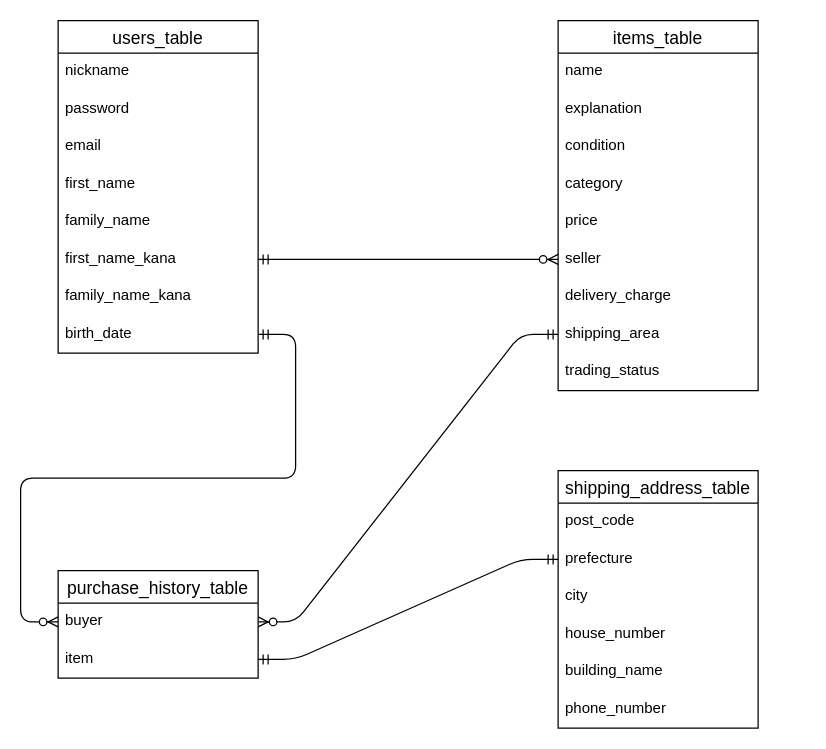
wmr1212/furima-37019 keeps this draw.io diagram as table.dio. Above is the earlier version. Source tidied: cells renumbered, new cells numbered last; positions are measured from the earlier drawing's top-left corner, leaving out a move shared by most shapes. Both pictures are drawn from the tidied source at 125%, with x=0, y=0 at pixel (58, 20).
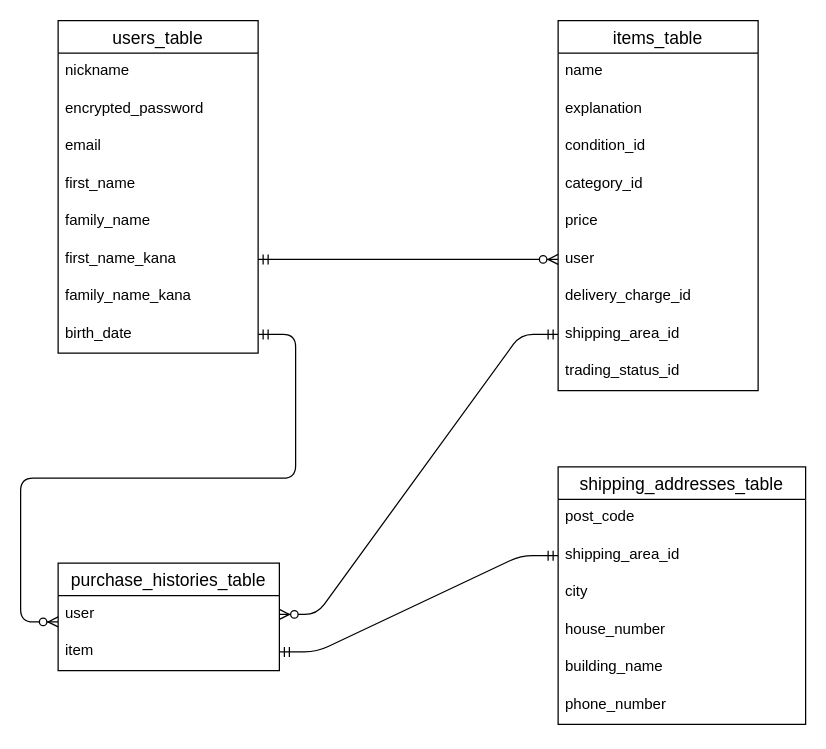
The same diagram, later.

Commit message (it also covers changes not shown here):
ER図・READMEの修正

The change refers to these unchanged cells:
```xml
<mxCell id="2" value="users_table" style="swimlane;fontStyle=0;horizontal=1;startSize=26;align=center;fontSize=14;" parent="1" vertex="1">
  <mxGeometry width="160" height="266" as="geometry" />
</mxCell>
<mxCell id="11" value="items_table" style="swimlane;fontStyle=0;horizontal=1;startSize=26;align=center;fontSize=14;" parent="1" vertex="1">
  <mxGeometry x="400" width="160" height="296" as="geometry" />
</mxCell>
```

Diff of the diagram source:
```diff
@@
-    <mxCell id="4" value="password" style="text;strokeColor=none;fillColor=none;spacingLeft=4;spacingRight=4;overflow=hidden;fontSize=12;" parent="2" vertex="1">
+    <mxCell id="4" value="encrypted_password" style="text;strokeColor=none;fillColor=none;spacingLeft=4;spacingRight=4;overflow=hidden;fontSize=12;" parent="2" vertex="1">
       <mxGeometry y="56" width="160" height="30" as="geometry" />
     </mxCell>
@@
-    <mxCell id="14" value="condition" style="text;strokeColor=none;fillColor=none;spacingLeft=4;spacingRight=4;overflow=hidden;fontSize=12;" parent="11" vertex="1">
+    <mxCell id="14" value="condition_id" style="text;strokeColor=none;fillColor=none;spacingLeft=4;spacingRight=4;overflow=hidden;fontSize=12;" parent="11" vertex="1">
       <mxGeometry y="86" width="160" height="30" as="geometry" />
     </mxCell>
-    <mxCell id="15" value="category" style="text;strokeColor=none;fillColor=none;spacingLeft=4;spacingRight=4;overflow=hidden;fontSize=12;" parent="11" vertex="1">
+    <mxCell id="15" value="category_id" style="text;strokeColor=none;fillColor=none;spacingLeft=4;spacingRight=4;overflow=hidden;fontSize=12;" parent="11" vertex="1">
       <mxGeometry y="116" width="160" height="30" as="geometry" />
     </mxCell>
@@
-    <mxCell id="17" value="seller" style="text;strokeColor=none;fillColor=none;spacingLeft=4;spacingRight=4;overflow=hidden;fontSize=12;" parent="11" vertex="1">
+    <mxCell id="17" value="user" style="text;strokeColor=none;fillColor=none;spacingLeft=4;spacingRight=4;overflow=hidden;fontSize=12;" parent="11" vertex="1">
       <mxGeometry y="176" width="160" height="30" as="geometry" />
     </mxCell>
-    <mxCell id="18" value="delivery_charge" style="text;strokeColor=none;fillColor=none;spacingLeft=4;spacingRight=4;overflow=hidden;fontSize=12;" parent="11" vertex="1">
+    <mxCell id="18" value="delivery_charge_id" style="text;strokeColor=none;fillColor=none;spacingLeft=4;spacingRight=4;overflow=hidden;fontSize=12;" parent="11" vertex="1">
       <mxGeometry y="206" width="160" height="30" as="geometry" />
     </mxCell>
-    <mxCell id="19" value="shipping_area" style="text;strokeColor=none;fillColor=none;spacingLeft=4;spacingRight=4;overflow=hidden;points=[[0,0.5],[1,0.5]];portConstraint=eastwest;fontSize=12;" parent="11" vertex="1">
+    <mxCell id="19" value="shipping_area_id" style="text;strokeColor=none;fillColor=none;spacingLeft=4;spacingRight=4;overflow=hidden;points=[[0,0.5],[1,0.5]];portConstraint=eastwest;fontSize=12;" parent="11" vertex="1">
       <mxGeometry y="236" width="160" height="30" as="geometry" />
     </mxCell>
-    <mxCell id="20" value="trading_status" style="text;strokeColor=none;fillColor=none;spacingLeft=4;spacingRight=4;overflow=hidden;fontSize=12;" parent="11" vertex="1">
+    <mxCell id="20" value="trading_status_id" style="text;strokeColor=none;fillColor=none;spacingLeft=4;spacingRight=4;overflow=hidden;fontSize=12;" parent="11" vertex="1">
       <mxGeometry y="266" width="160" height="30" as="geometry" />
     </mxCell>
-    <mxCell id="21" value="purchase_history_table" style="swimlane;fontStyle=0;horizontal=1;startSize=26;align=center;fontSize=14;" parent="1" vertex="1">
-      <mxGeometry y="440" width="160" height="86" as="geometry" />
+    <mxCell id="21" value="purchase_histories_table" style="swimlane;fontStyle=0;horizontal=1;startSize=26;align=center;fontSize=14;" parent="1" vertex="1">
+      <mxGeometry y="434" width="177" height="86" as="geometry" />
     </mxCell>
-    <mxCell id="22" value="buyer" style="text;strokeColor=none;fillColor=none;spacingLeft=4;spacingRight=4;overflow=hidden;points=[[0,0.5],[1,0.5]];portConstraint=eastwest;fontSize=12;" parent="21" vertex="1">
-      <mxGeometry y="26" width="160" height="30" as="geometry" />
+    <mxCell id="22" value="user" style="text;strokeColor=none;fillColor=none;spacingLeft=4;spacingRight=4;overflow=hidden;points=[[0,0.5],[1,0.5]];portConstraint=eastwest;fontSize=12;" parent="21" vertex="1">
+      <mxGeometry y="26" width="177" height="30" as="geometry" />
     </mxCell>
     <mxCell id="23" value="item" style="text;strokeColor=none;fillColor=none;spacingLeft=4;spacingRight=4;overflow=hidden;points=[[0,0.5],[1,0.5]];portConstraint=eastwest;fontSize=12;" parent="21" vertex="1">
-      <mxGeometry y="56" width="160" height="30" as="geometry" />
+      <mxGeometry y="56" width="177" height="30" as="geometry" />
     </mxCell>
-    <mxCell id="24" value="shipping_address_table" style="swimlane;fontStyle=0;horizontal=1;startSize=26;align=center;fontSize=14;" parent="1" vertex="1">
-      <mxGeometry x="400" y="360" width="160" height="206" as="geometry" />
+    <mxCell id="24" value="shipping_addresses_table" style="swimlane;fontStyle=0;horizontal=1;startSize=26;align=center;fontSize=14;" parent="1" vertex="1">
+      <mxGeometry x="400" y="357" width="198" height="206" as="geometry" />
     </mxCell>
     <mxCell id="25" value="post_code" style="text;strokeColor=none;fillColor=none;spacingLeft=4;spacingRight=4;overflow=hidden;fontSize=12;" parent="24" vertex="1">
-      <mxGeometry y="26" width="160" height="30" as="geometry" />
+      <mxGeometry y="26" width="198" height="30" as="geometry" />
     </mxCell>
-    <mxCell id="26" value="prefecture" style="text;strokeColor=none;fillColor=none;spacingLeft=4;spacingRight=4;overflow=hidden;points=[[0,0.5],[1,0.5]];portConstraint=eastwest;fontSize=12;" parent="24" vertex="1">
-      <mxGeometry y="56" width="160" height="30" as="geometry" />
+    <mxCell id="26" value="shipping_area_id" style="text;strokeColor=none;fillColor=none;spacingLeft=4;spacingRight=4;overflow=hidden;points=[[0,0.5],[1,0.5]];portConstraint=eastwest;fontSize=12;" parent="24" vertex="1">
+      <mxGeometry y="56" width="198" height="30" as="geometry" />
     </mxCell>
     <mxCell id="27" value="city" style="text;strokeColor=none;fillColor=none;spacingLeft=4;spacingRight=4;overflow=hidden;fontSize=12;" parent="24" vertex="1">
-      <mxGeometry y="86" width="160" height="30" as="geometry" />
+      <mxGeometry y="86" width="198" height="30" as="geometry" />
     </mxCell>
     <mxCell id="28" value="house_number" style="text;strokeColor=none;fillColor=none;spacingLeft=4;spacingRight=4;overflow=hidden;fontSize=12;" parent="24" vertex="1">
-      <mxGeometry y="116" width="160" height="30" as="geometry" />
+      <mxGeometry y="116" width="198" height="30" as="geometry" />
     </mxCell>
     <mxCell id="29" value="building_name" style="text;strokeColor=none;fillColor=none;spacingLeft=4;spacingRight=4;overflow=hidden;fontSize=12;" parent="24" vertex="1">
-      <mxGeometry y="146" width="160" height="30" as="geometry" />
+      <mxGeometry y="146" width="198" height="30" as="geometry" />
     </mxCell>
     <mxCell id="30" value="phone_number" style="text;strokeColor=none;fillColor=none;spacingLeft=4;spacingRight=4;overflow=hidden;fontSize=12;" parent="24" vertex="1">
-      <mxGeometry y="176" width="160" height="30" as="geometry" />
+      <mxGeometry y="176" width="198" height="30" as="geometry" />
     </mxCell>
```
